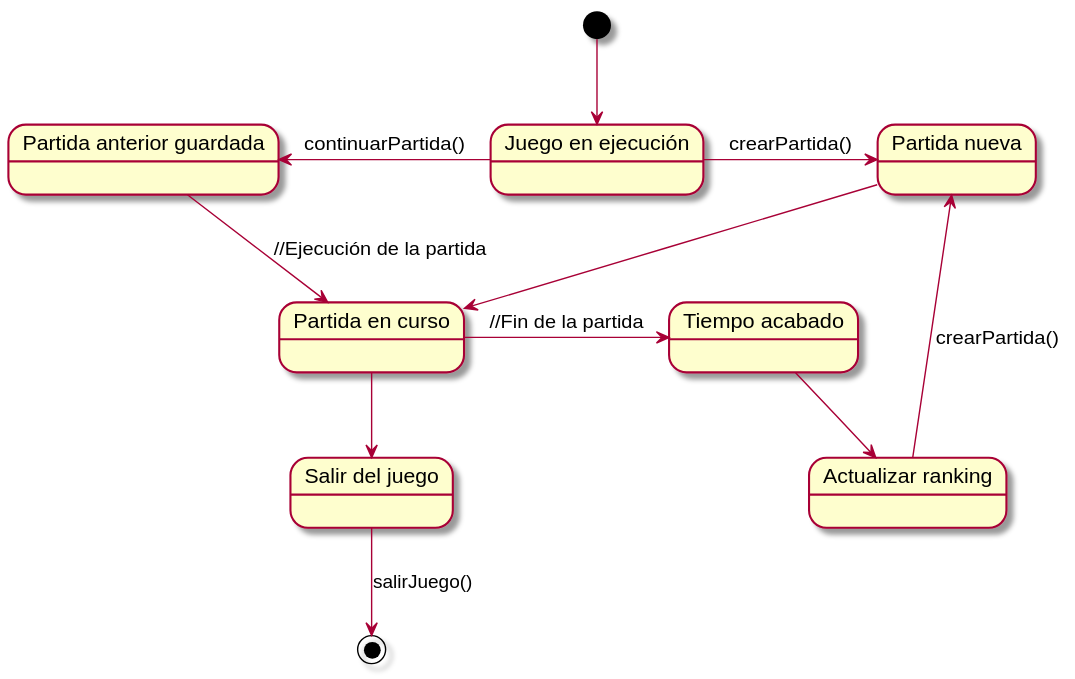
The PlantUML diagram UML/Diagramas de estado/Estados juego/Estados juego.svg in dmontesinos/ES-2019-G43-2-02.v2, before a commit. The source it was exported from:
```plantuml
@startuml
state "Juego en ejecución" as JuegoEnEjecucion
state "Partida anterior guardada" as PartidaGuardada
state "Partida nueva" as PartidaNueva
state "Partida en curso" as PartidaEnCurso
state "Tiempo acabado" as TiempoAcabado
state "Salir del juego" as SalirDelJuego
state "Actualizar ranking" as Actualizar

[*] --> JuegoEnEjecucion
JuegoEnEjecucion -left-> PartidaGuardada : continuarPartida()
JuegoEnEjecucion -right-> PartidaNueva : crearPartida()
PartidaGuardada --> PartidaEnCurso : //Ejecución de la partida
PartidaNueva --> PartidaEnCurso
PartidaEnCurso -right-> TiempoAcabado : //Fin de la partida
TiempoAcabado --> Actualizar
Actualizar --> PartidaNueva : crearPartida()
PartidaEnCurso --> SalirDelJuego
SalirDelJuego --> [*] : salirJuego()
@enduml
```
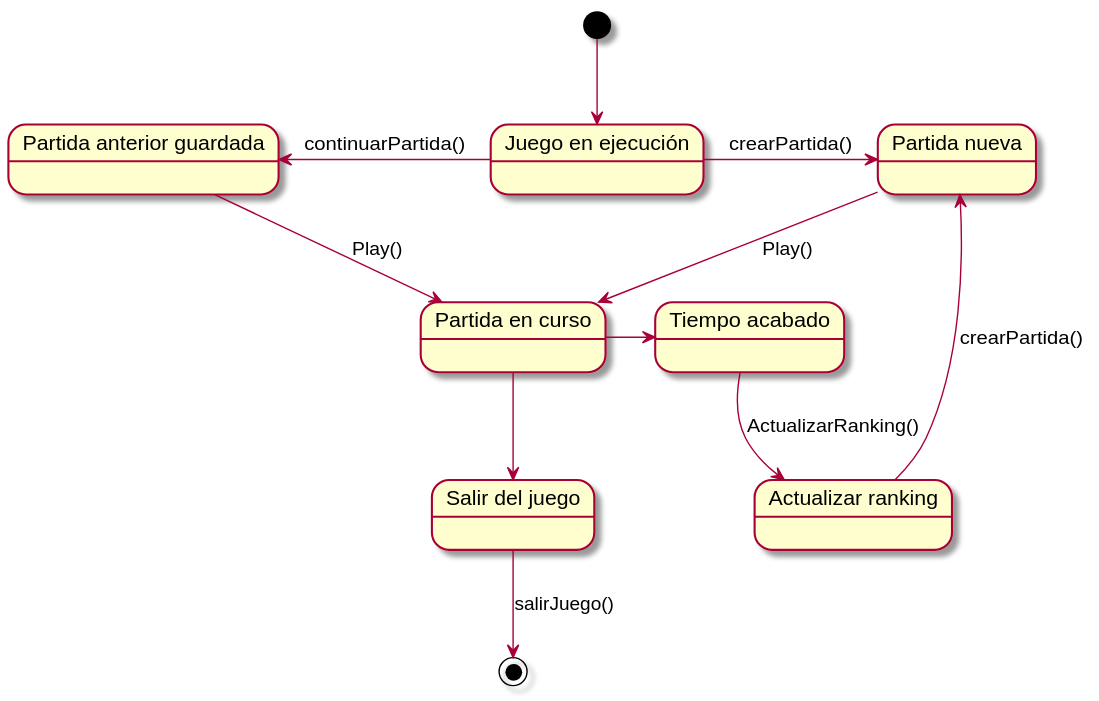
Later version of the same file.

Change to the diagram source:
```diff
@@ -10,10 +10,10 @@
 [*] --> JuegoEnEjecucion
 JuegoEnEjecucion -left-> PartidaGuardada : continuarPartida()
 JuegoEnEjecucion -right-> PartidaNueva : crearPartida()
-PartidaGuardada --> PartidaEnCurso : //Ejecución de la partida
-PartidaNueva --> PartidaEnCurso
-PartidaEnCurso -right-> TiempoAcabado : //Fin de la partida
-TiempoAcabado --> Actualizar
+PartidaGuardada --> PartidaEnCurso : Play()
+PartidaNueva --> PartidaEnCurso : Play()
+PartidaEnCurso -right-> TiempoAcabado
+TiempoAcabado --> Actualizar : ActualizarRanking()
 Actualizar --> PartidaNueva : crearPartida()
 PartidaEnCurso --> SalirDelJuego
 SalirDelJuego --> [*] : salirJuego()
```
